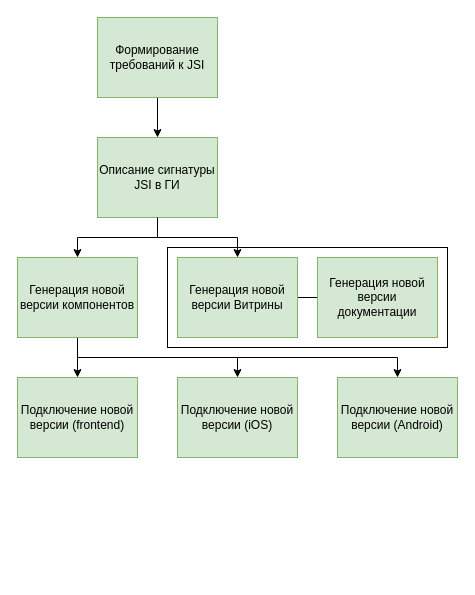
The draw.io diagram dc-webview-new-flow.drawio in Lomovskiy/drawio, before the edit. Source tidied: cells renumbered, new cells numbered last; positions are measured from the earlier drawing's top-left corner, leaving out a move shared by most shapes. Both pictures are drawn from the tidied source at 100%, with x=0, y=0 at pixel (17, 17).
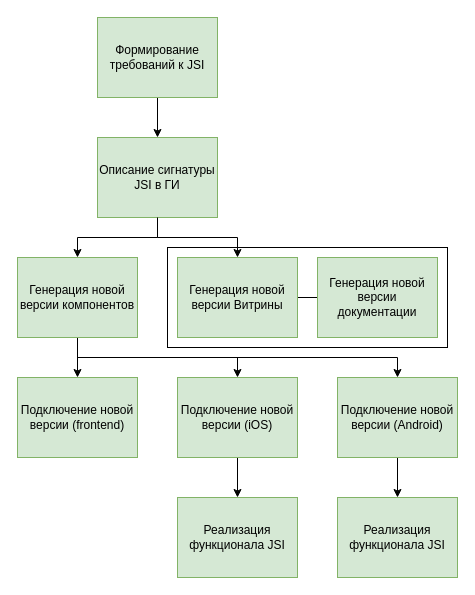
The same page after the edit.

Unchanged cells that the change refers to:
```xml
<mxCell id="10" value="Подключение новой версии (Android)" style="rounded=0;whiteSpace=wrap;html=1;enumerate=0;fillColor=#d5e8d4;strokeColor=#82b366;" parent="1" vertex="1">
  <mxGeometry x="320" y="360" width="120" height="80" as="geometry" />
</mxCell>
<mxCell id="11" value="Подключение новой версии (iOS)" style="rounded=0;whiteSpace=wrap;html=1;enumerate=0;fillColor=#d5e8d4;strokeColor=#82b366;" parent="1" vertex="1">
  <mxGeometry x="160" y="360" width="120" height="80" as="geometry" />
</mxCell>
```

The edit, as a diff of the source:
```diff
@@
+    <mxCell id="18" style="edgeStyle=orthogonalEdgeStyle;rounded=0;jettySize=auto;html=1;exitX=0.5;exitY=1;exitDx=0;exitDy=0;entryX=0.5;entryY=0;entryDx=0;entryDy=0;" parent="1" edge="1" source="10" target="21">
+      <mxGeometry relative="1" as="geometry" />
+    </mxCell>
@@
+    <mxCell id="19" style="edgeStyle=orthogonalEdgeStyle;rounded=0;jettySize=auto;html=1;exitX=0.5;exitY=1;exitDx=0;exitDy=0;entryX=0.5;entryY=0;entryDx=0;entryDy=0;" parent="1" edge="1" source="11" target="20">
+      <mxGeometry relative="1" as="geometry" />
+    </mxCell>
@@
+    <mxCell id="20" value="Реализация функционала JSI" style="rounded=0;whiteSpace=wrap;html=1;enumerate=0;fillColor=#d5e8d4;strokeColor=#82b366;" parent="1" vertex="1">
+      <mxGeometry x="160" y="480" width="120" height="80" as="geometry" />
+    </mxCell>
+    <mxCell id="21" value="Реализация функционала JSI" style="rounded=0;whiteSpace=wrap;html=1;enumerate=0;fillColor=#d5e8d4;strokeColor=#82b366;" parent="1" vertex="1">
+      <mxGeometry x="320" y="480" width="120" height="80" as="geometry" />
+    </mxCell>
```
